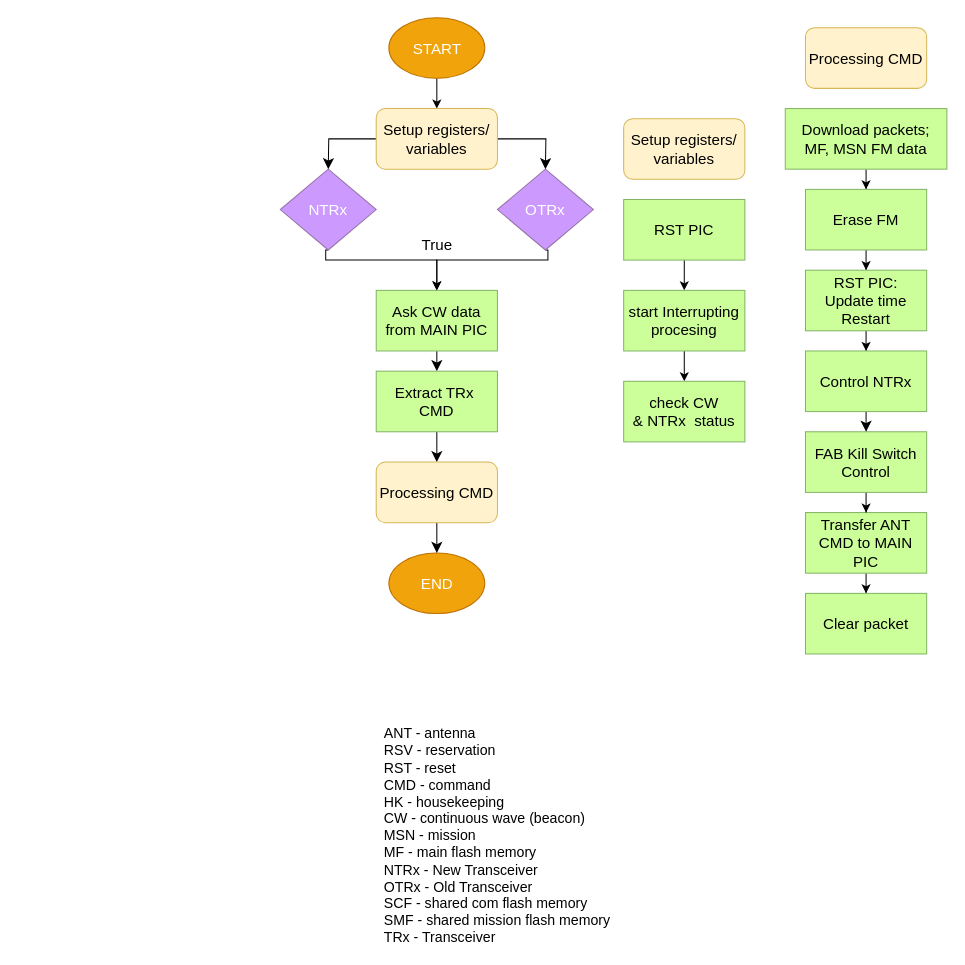
Earlier version of the draw.io diagram page "COM-PIC" (7 of 11) of Diagrams/operation_scenario.drawio (BIRDSOpenSource/BIRDSRP-OBC). Source tidied: cells renumbered, new cells numbered last; positions are measured from the earlier drawing's top-left corner, leaving out a move shared by most shapes. Both pictures are drawn from the tidied source at 101%, with x=0, y=0 at pixel (280, 17).
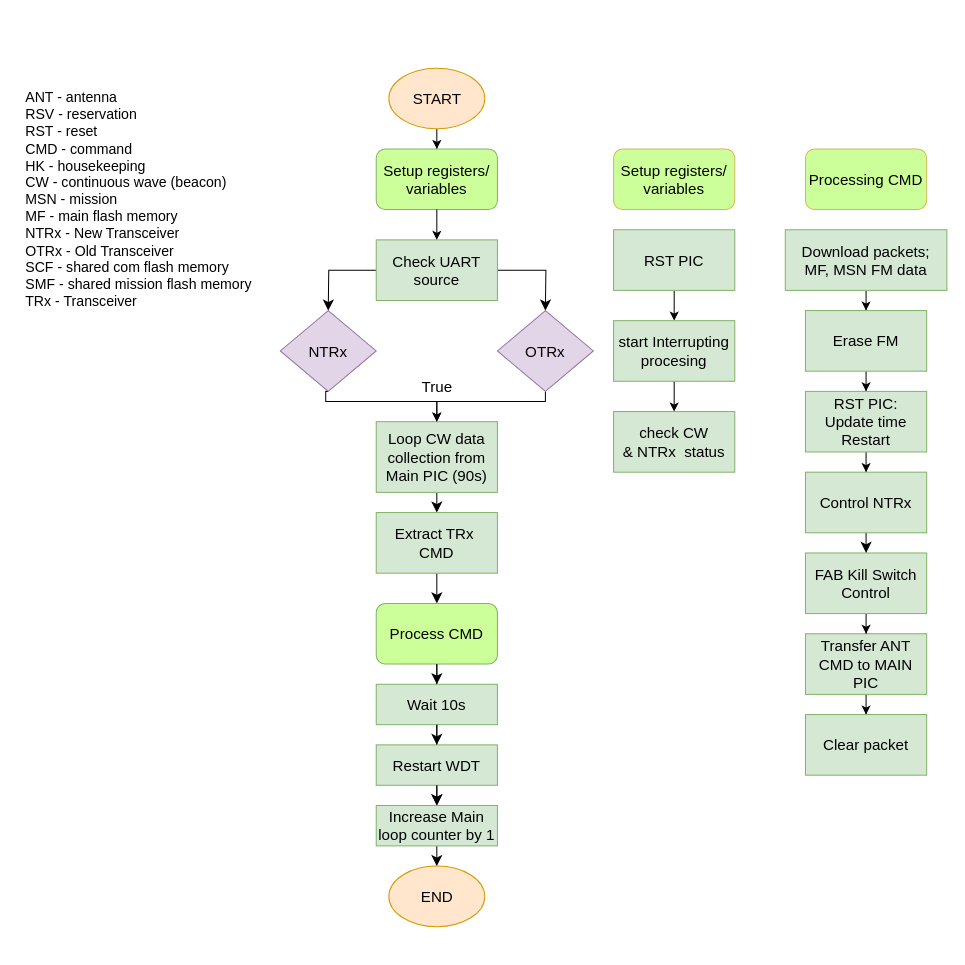
After the change.

Change to the diagram source:
```diff
@@
-    <mxCell id="3" value="START" style="ellipse;whiteSpace=wrap;html=1;fillColor=#f0a30a;strokeColor=#BD7000;fontColor=#FFFFFF;fontSize=15;" parent="1" vertex="1">
-      <mxGeometry x="107.5" width="95" height="60" as="geometry" />
+    <mxCell id="3" value="START" style="ellipse;whiteSpace=wrap;html=1;fillColor=#ffe6cc;strokeColor=#d79b00;fontSize=15;" parent="1" vertex="1">
+      <mxGeometry x="107.5" y="50" width="95" height="60" as="geometry" />
     </mxCell>
@@
-    <mxCell id="5" value="RST PIC" style="rounded=0;whiteSpace=wrap;html=1;fillColor=#CCFF99;strokeColor=#82b366;fontSize=15;" parent="1" vertex="1">
-      <mxGeometry x="340" y="180" width="120" height="60" as="geometry" />
+    <mxCell id="5" value="RST PIC" style="rounded=0;whiteSpace=wrap;html=1;fillColor=#d5e8d4;strokeColor=#82b366;fontSize=15;" parent="1" vertex="1">
+      <mxGeometry x="330" y="210" width="120" height="60" as="geometry" />
     </mxCell>
@@
-    <mxCell id="7" value="start Interrupting procesing" style="rounded=0;whiteSpace=wrap;html=1;fillColor=#CCFF99;strokeColor=#82b366;fontSize=15;" parent="1" vertex="1">
-      <mxGeometry x="340" y="270" width="120" height="60" as="geometry" />
+    <mxCell id="7" value="start Interrupting procesing" style="rounded=0;whiteSpace=wrap;html=1;fillColor=#d5e8d4;strokeColor=#82b366;fontSize=15;" parent="1" vertex="1">
+      <mxGeometry x="330" y="300" width="120" height="60" as="geometry" />
     </mxCell>
-    <mxCell id="8" value="check CW&lt;div style=&quot;font-size: 15px;&quot;&gt;&amp;amp; NTRx&amp;nbsp; status&lt;/div&gt;" style="rounded=0;whiteSpace=wrap;html=1;fillColor=#CCFF99;strokeColor=#82b366;fontSize=15;" parent="1" vertex="1">
-      <mxGeometry x="340" y="360" width="120" height="60" as="geometry" />
+    <mxCell id="8" value="check CW&lt;div style=&quot;font-size: 15px;&quot;&gt;&amp;amp; NTRx&amp;nbsp; status&lt;/div&gt;" style="rounded=0;whiteSpace=wrap;html=1;fillColor=#d5e8d4;strokeColor=#82b366;fontSize=15;" parent="1" vertex="1">
+      <mxGeometry x="330" y="390" width="120" height="60" as="geometry" />
     </mxCell>
@@
-    <mxCell id="10" value="Ask CW data from MAIN PIC" style="rounded=0;whiteSpace=wrap;html=1;fillColor=#CCFF99;strokeColor=#82b366;fontSize=15;" parent="1" vertex="1">
-      <mxGeometry x="95" y="270" width="120" height="60" as="geometry" />
+    <mxCell id="10" value="&lt;div&gt;Loop CW data collection from Main PIC (90s)&lt;/div&gt;" style="rounded=0;whiteSpace=wrap;html=1;fillColor=#d5e8d4;strokeColor=#82b366;fontSize=15;" parent="1" vertex="1">
+      <mxGeometry x="95" y="400" width="120" height="70" as="geometry" />
     </mxCell>
@@
-    <mxCell id="12" value="Extract TRx&amp;nbsp; CMD" style="rounded=0;whiteSpace=wrap;html=1;fillColor=#CCFF99;strokeColor=#82b366;fontSize=15;" parent="1" vertex="1">
-      <mxGeometry x="95" y="350" width="120" height="60" as="geometry" />
+    <mxCell id="12" value="Extract TRx&amp;nbsp; CMD" style="rounded=0;whiteSpace=wrap;html=1;fillColor=#d5e8d4;strokeColor=#82b366;fontSize=15;" parent="1" vertex="1">
+      <mxGeometry x="95" y="490" width="120" height="60" as="geometry" />
     </mxCell>
-    <mxCell id="13" style="edgeStyle=orthogonalEdgeStyle;rounded=0;jettySize=auto;html=1;entryX=0.5;entryY=0;entryDx=0;entryDy=0;exitX=0.5;exitY=1;exitDx=0;exitDy=0;fontSize=15;" parent="1" edge="1" source="14">
+    <mxCell id="13" style="edgeStyle=orthogonalEdgeStyle;rounded=0;jettySize=auto;html=1;entryX=0.5;entryY=0;entryDx=0;entryDy=0;exitX=0.5;exitY=1;exitDx=0;exitDy=0;fontSize=15;" parent="1" edge="1" source="14" target="10">
       <mxGeometry relative="1" as="geometry">
-        <mxPoint x="155" y="270" as="targetPoint" />
         <Array as="points">
-          <mxPoint x="45" y="230" />
-          <mxPoint x="45" y="240" />
-          <mxPoint x="155" y="240" />
+          <mxPoint x="45" y="370" />
+          <mxPoint x="45" y="380" />
+          <mxPoint x="155" y="380" />
         </Array>
       </mxGeometry>
     </mxCell>
-    <mxCell id="14" value="NTRx" style="rhombus;whiteSpace=wrap;html=1;fillColor=#CC99FF;strokeColor=#9673a6;fontColor=#FFFFFF;fontSize=15;" parent="1" vertex="1">
-      <mxGeometry y="150" width="95" height="80" as="geometry" />
+    <mxCell id="14" value="NTRx" style="rhombus;whiteSpace=wrap;html=1;fillColor=#e1d5e7;strokeColor=#9673a6;fontSize=15;" parent="1" vertex="1">
+      <mxGeometry y="290" width="95" height="80" as="geometry" />
     </mxCell>
-    <mxCell id="15" style="edgeStyle=orthogonalEdgeStyle;rounded=0;jettySize=auto;html=1;entryX=0.5;entryY=0;entryDx=0;entryDy=0;exitX=0.5;exitY=1;exitDx=0;exitDy=0;fontSize=15;" parent="1" edge="1" source="16">
+    <mxCell id="15" style="edgeStyle=orthogonalEdgeStyle;rounded=0;jettySize=auto;html=1;entryX=0.5;entryY=0;entryDx=0;entryDy=0;exitX=0.5;exitY=1;exitDx=0;exitDy=0;fontSize=15;" parent="1" edge="1" source="16" target="10">
       <mxGeometry relative="1" as="geometry">
-        <mxPoint x="155" y="270" as="targetPoint" />
         <Array as="points">
-          <mxPoint x="265" y="230" />
-          <mxPoint x="265" y="240" />
-          <mxPoint x="155" y="240" />
+          <mxPoint x="263" y="380" />
+          <mxPoint x="155" y="380" />
         </Array>
       </mxGeometry>
     </mxCell>
-    <mxCell id="16" value="OTRx" style="rhombus;whiteSpace=wrap;html=1;fillColor=#CC99FF;strokeColor=#9673a6;fontColor=#FFFFFF;fontSize=15;" parent="1" vertex="1">
-      <mxGeometry x="215" y="150" width="95" height="80" as="geometry" />
+    <mxCell id="16" value="OTRx" style="rhombus;whiteSpace=wrap;html=1;fillColor=#e1d5e7;strokeColor=#9673a6;fontSize=15;" parent="1" vertex="1">
+      <mxGeometry x="215" y="290" width="95" height="80" as="geometry" />
     </mxCell>
@@
-    <mxCell id="18" value="Download packets;&lt;div style=&quot;font-size: 15px;&quot;&gt;MF, MSN FM data&lt;/div&gt;" style="rounded=0;whiteSpace=wrap;html=1;fillColor=#CCFF99;strokeColor=#82b366;fontSize=15;" parent="1" vertex="1">
-      <mxGeometry x="500" y="90" width="160" height="60" as="geometry" />
+    <mxCell id="18" value="Download packets;&lt;div style=&quot;font-size: 15px;&quot;&gt;MF, MSN FM data&lt;/div&gt;" style="rounded=0;whiteSpace=wrap;html=1;fillColor=#d5e8d4;strokeColor=#82b366;fontSize=15;" parent="1" vertex="1">
+      <mxGeometry x="500" y="210" width="160" height="60" as="geometry" />
     </mxCell>
@@
-    <mxCell id="20" value="Erase FM" style="rounded=0;whiteSpace=wrap;html=1;fillColor=#CCFF99;strokeColor=#82b366;fontSize=15;" parent="1" vertex="1">
-      <mxGeometry x="520" y="170" width="120" height="60" as="geometry" />
+    <mxCell id="20" value="Erase FM" style="rounded=0;whiteSpace=wrap;html=1;fillColor=#d5e8d4;strokeColor=#82b366;fontSize=15;" parent="1" vertex="1">
+      <mxGeometry x="520" y="290" width="120" height="60" as="geometry" />
     </mxCell>
@@
-    <mxCell id="22" value="&lt;div style=&quot;font-size: 15px;&quot;&gt;RST PIC:&lt;/div&gt;Update time&lt;div style=&quot;font-size: 15px;&quot;&gt;Restart&lt;/div&gt;" style="rounded=0;whiteSpace=wrap;html=1;fillColor=#CCFF99;strokeColor=#82b366;fontSize=15;" parent="1" vertex="1">
-      <mxGeometry x="520" y="250" width="120" height="60" as="geometry" />
+    <mxCell id="22" value="&lt;div style=&quot;font-size: 15px;&quot;&gt;RST PIC:&lt;/div&gt;Update time&lt;div style=&quot;font-size: 15px;&quot;&gt;Restart&lt;/div&gt;" style="rounded=0;whiteSpace=wrap;html=1;fillColor=#d5e8d4;strokeColor=#82b366;fontSize=15;" parent="1" vertex="1">
+      <mxGeometry x="520" y="370" width="120" height="60" as="geometry" />
     </mxCell>
@@
-    <mxCell id="24" value="Transfer ANT CMD to MAIN PIC" style="rounded=0;whiteSpace=wrap;html=1;fillColor=#CCFF99;strokeColor=#82b366;fontSize=15;" parent="1" vertex="1">
-      <mxGeometry x="520" y="490" width="120" height="60" as="geometry" />
+    <mxCell id="24" value="Transfer ANT CMD to MAIN PIC" style="rounded=0;whiteSpace=wrap;html=1;fillColor=#d5e8d4;strokeColor=#82b366;fontSize=15;" parent="1" vertex="1">
+      <mxGeometry x="520" y="610" width="120" height="60" as="geometry" />
     </mxCell>
-    <mxCell id="25" value="Clear packet" style="rounded=0;whiteSpace=wrap;html=1;fillColor=#CCFF99;strokeColor=#82b366;fontSize=15;" parent="1" vertex="1">
-      <mxGeometry x="520" y="570" width="120" height="60" as="geometry" />
+    <mxCell id="25" value="Clear packet" style="rounded=0;whiteSpace=wrap;html=1;fillColor=#d5e8d4;strokeColor=#82b366;fontSize=15;" parent="1" vertex="1">
+      <mxGeometry x="520" y="690" width="120" height="60" as="geometry" />
     </mxCell>
-    <mxCell id="26" style="edgeStyle=none;curved=0;rounded=0;jettySize=auto;html=1;entryX=0.5;entryY=0;entryDx=0;entryDy=0;fontSize=15;startSize=8;endSize=8;" parent="1" edge="1" source="28" target="16">
+    <mxCell id="26" style="edgeStyle=none;curved=0;rounded=0;jettySize=auto;html=1;entryX=0.5;entryY=0;entryDx=0;entryDy=0;fontSize=15;startSize=8;endSize=8;exitX=1;exitY=0.5;exitDx=0;exitDy=0;" parent="1" edge="1" source="41" target="16">
       <mxGeometry relative="1" as="geometry">
         <Array as="points">
-          <mxPoint x="263" y="120" />
+          <mxPoint x="263" y="250" />
         </Array>
       </mxGeometry>
     </mxCell>
-    <mxCell id="27" style="edgeStyle=none;curved=0;rounded=0;jettySize=auto;html=1;entryX=0.5;entryY=0;entryDx=0;entryDy=0;fontSize=15;startSize=8;endSize=8;" parent="1" edge="1" source="28" target="14">
+    <mxCell id="27" style="edgeStyle=none;curved=0;rounded=0;jettySize=auto;html=1;entryX=0.5;entryY=0;entryDx=0;entryDy=0;fontSize=15;startSize=8;endSize=8;exitX=0;exitY=0.5;exitDx=0;exitDy=0;" parent="1" edge="1" source="41" target="14">
       <mxGeometry relative="1" as="geometry">
         <Array as="points">
-          <mxPoint x="48" y="120" />
+          <mxPoint x="48" y="250" />
         </Array>
       </mxGeometry>
     </mxCell>
-    <mxCell id="28" value="&lt;div style=&quot;font-size: 15px;&quot;&gt;Setup registers/ variables&lt;/div&gt;" style="rounded=1;whiteSpace=wrap;html=1;fillColor=#fff2cc;strokeColor=#d6b656;fontSize=15;" parent="1" vertex="1">
-      <mxGeometry x="95" y="90" width="120" height="60" as="geometry" />
+    <mxCell id="28" value="&lt;div style=&quot;font-size: 15px;&quot;&gt;Setup registers/ variables&lt;/div&gt;" style="rounded=1;whiteSpace=wrap;html=1;fillColor=#CCFF99;strokeColor=#82b366;fontSize=15;" parent="1" vertex="1">
+      <mxGeometry x="95" y="130" width="120" height="60" as="geometry" />
     </mxCell>
-    <mxCell id="29" value="Setup registers/ variables" style="rounded=1;whiteSpace=wrap;html=1;fillColor=#fff2cc;strokeColor=#d6b656;fontSize=15;" parent="1" vertex="1">
-      <mxGeometry x="340" y="100" width="120" height="60" as="geometry" />
+    <mxCell id="29" value="Setup registers/ variables" style="rounded=1;whiteSpace=wrap;html=1;fillColor=#CCFF99;strokeColor=#d6b656;fontSize=15;" parent="1" vertex="1">
+      <mxGeometry x="330" y="130" width="120" height="60" as="geometry" />
     </mxCell>
@@
-    <mxCell id="31" value="FAB Kill Switch Control" style="rounded=0;whiteSpace=wrap;html=1;fillColor=#CCFF99;strokeColor=#82b366;fontSize=15;" parent="1" vertex="1">
-      <mxGeometry x="520" y="410" width="120" height="60" as="geometry" />
+    <mxCell id="31" value="FAB Kill Switch Control" style="rounded=0;whiteSpace=wrap;html=1;fillColor=#d5e8d4;strokeColor=#82b366;fontSize=15;" parent="1" vertex="1">
+      <mxGeometry x="520" y="530" width="120" height="60" as="geometry" />
     </mxCell>
@@
-    <mxCell id="33" value="Control NTRx" style="rounded=0;whiteSpace=wrap;html=1;fillColor=#CCFF99;strokeColor=#82b366;fontSize=15;" parent="1" vertex="1">
-      <mxGeometry x="520" y="330" width="120" height="60" as="geometry" />
+    <mxCell id="33" value="Control NTRx" style="rounded=0;whiteSpace=wrap;html=1;fillColor=#d5e8d4;strokeColor=#82b366;fontSize=15;" parent="1" vertex="1">
+      <mxGeometry x="520" y="450" width="120" height="60" as="geometry" />
     </mxCell>
-    <mxCell id="34" value="END" style="ellipse;whiteSpace=wrap;html=1;fillColor=#f0a30a;strokeColor=#BD7000;fontColor=#FFFFFF;fontSize=15;" parent="1" vertex="1">
-      <mxGeometry x="107.5" y="530" width="95" height="60" as="geometry" />
+    <mxCell id="34" value="END" style="ellipse;whiteSpace=wrap;html=1;fillColor=#ffe6cc;strokeColor=#d79b00;fontSize=15;" parent="1" vertex="1">
+      <mxGeometry x="107.5" y="840" width="95" height="60" as="geometry" />
     </mxCell>
     <mxCell id="35" value="True" style="text;html=1;align=center;verticalAlign=middle;strokeColor=none;fillColor=none;fontSize=15;" parent="1" vertex="1">
-      <mxGeometry x="130" y="210" width="50" height="30" as="geometry" />
+      <mxGeometry x="130" y="350" width="50" height="30" as="geometry" />
     </mxCell>
     <mxCell id="36" value="&lt;span style=&quot;font-size: 14px;&quot; id=&quot;docs-internal-guid-7c496f7c-7fff-193c-a96d-638dd3c363c4&quot;&gt;&lt;p style=&quot;text-align: left; line-height: 1.2; margin-top: 0pt; margin-bottom: 0pt;&quot; dir=&quot;ltr&quot;&gt;&lt;span style=&quot;background-color: transparent; font-family: Arial, sans-serif; white-space-collapse: preserve;&quot;&gt;ANT - antenna&lt;/span&gt;&lt;/p&gt;&lt;p style=&quot;text-align: left; line-height: 1.2; margin-top: 0pt; margin-bottom: 0pt;&quot; dir=&quot;ltr&quot;&gt;&lt;span style=&quot;font-family: Arial, sans-serif; background-color: transparent; font-variant-numeric: normal; font-variant-east-asian: normal; font-variant-alternates: normal; font-variant-position: normal; vertical-align: baseline; white-space-collapse: preserve;&quot;&gt;RSV - reservation&lt;/span&gt;&lt;/p&gt;&lt;p style=&quot;text-align: left; line-height: 1.2; margin-top: 0pt; margin-bottom: 0pt;&quot; dir=&quot;ltr&quot;&gt;&lt;span style=&quot;font-family: Arial, sans-serif; background-color: transparent; font-variant-numeric: normal; font-variant-east-asian: normal; font-variant-alternates: normal; font-variant-position: normal; vertical-align: baseline; white-space-collapse: preserve;&quot;&gt;RST - reset&lt;/span&gt;&lt;/p&gt;&lt;p style=&quot;text-align: left; line-height: 1.2; margin-top: 0pt; margin-bottom: 0pt;&quot; dir=&quot;ltr&quot;&gt;&lt;span style=&quot;font-family: Arial, sans-serif; background-color: transparent; font-variant-numeric: normal; font-variant-east-asian: normal; font-variant-alternates: normal; font-variant-position: normal; vertical-align: baseline; white-space-collapse: preserve;&quot;&gt;CMD - command&lt;/span&gt;&lt;/p&gt;&lt;p style=&quot;text-align: left; line-height: 1.2; margin-top: 0pt; margin-bottom: 0pt;&quot; dir=&quot;ltr&quot;&gt;&lt;span style=&quot;font-family: Arial, sans-serif; background-color: transparent; font-variant-numeric: normal; font-variant-east-asian: normal; font-variant-alternates: normal; font-variant-position: normal; vertical-align: baseline; white-space-collapse: preserve;&quot;&gt;HK - housekeeping&lt;/span&gt;&lt;/p&gt;&lt;p style=&quot;text-align: left; line-height: 1.2; margin-top: 0pt; margin-bottom: 0pt;&quot; dir=&quot;ltr&quot;&gt;&lt;span style=&quot;font-family: Arial, sans-serif; background-color: transparent; font-variant-numeric: normal; font-variant-east-asian: normal; font-variant-alternates: normal; font-variant-position: normal; vertical-align: baseline; white-space-collapse: preserve;&quot;&gt;CW - continuous wave (beacon)&lt;/span&gt;&lt;/p&gt;&lt;p style=&quot;text-align: left; line-height: 1.2; margin-top: 0pt; margin-bottom: 0pt;&quot; dir=&quot;ltr&quot;&gt;&lt;span style=&quot;font-family: Arial, sans-serif; background-color: transparent; font-variant-numeric: normal; font-variant-east-asian: normal; font-variant-alternates: normal; font-variant-position: normal; vertical-align: baseline; white-space-collapse: preserve;&quot;&gt;MSN - mission&lt;/span&gt;&lt;/p&gt;&lt;p style=&quot;text-align: left; line-height: 1.2; margin-top: 0pt; margin-bottom: 0pt;&quot; dir=&quot;ltr&quot;&gt;&lt;span style=&quot;font-family: Arial, sans-serif; background-color: transparent; font-variant-numeric: normal; font-variant-east-asian: normal; font-variant-alternates: normal; font-variant-position: normal; vertical-align: baseline; white-space-collapse: preserve;&quot;&gt;MF - main flash memory&lt;/span&gt;&lt;/p&gt;&lt;p style=&quot;text-align: left; line-height: 1.2; margin-top: 0pt; margin-bottom: 0pt;&quot; dir=&quot;ltr&quot;&gt;&lt;font face=&quot;Arial, sans-serif&quot;&gt;&lt;span style=&quot;white-space-collapse: preserve;&quot;&gt;NTRx - New Transceiver&lt;/span&gt;&lt;/font&gt;&lt;/p&gt;&lt;p style=&quot;text-align: left; line-height: 1.2; margin-top: 0pt; margin-bottom: 0pt;&quot; dir=&quot;ltr&quot;&gt;&lt;span style=&quot;font-family: Arial, sans-serif; white-space-collapse: preserve;&quot;&gt;OTRx - Old Transceiver&lt;/span&gt;&lt;font face=&quot;Arial, sans-serif&quot;&gt;&lt;span style=&quot;white-space-collapse: preserve;&quot;&gt;&lt;/span&gt;&lt;/font&gt;&lt;/p&gt;&lt;p style=&quot;text-align: left; line-height: 1.2; margin-top: 0pt; margin-bottom: 0pt;&quot; dir=&quot;ltr&quot;&gt;&lt;span style=&quot;font-family: Arial, sans-serif; background-color: transparent; font-variant-numeric: normal; font-variant-east-asian: normal; font-variant-alternates: normal; font-variant-position: normal; vertical-align: baseline; white-space-collapse: preserve;&quot;&gt;SCF - shared com flash memory&lt;/span&gt;&lt;/p&gt;&lt;p style=&quot;text-align: left; line-height: 1.2; margin-top: 0pt; margin-bottom: 0pt;&quot; dir=&quot;ltr&quot;&gt;&lt;span style=&quot;font-family: Arial, sans-serif; background-color: transparent; font-variant-numeric: normal; font-variant-east-asian: normal; font-variant-alternates: normal; font-variant-position: normal; vertical-align: baseline; white-space-collapse: preserve;&quot;&gt;SMF - shared mission flash memory&lt;/span&gt;&lt;/p&gt;&lt;p style=&quot;text-align: left; line-height: 1.2; margin-top: 0pt; margin-bottom: 0pt;&quot; dir=&quot;ltr&quot;&gt;&lt;font face=&quot;Arial, sans-serif&quot;&gt;&lt;span style=&quot;white-space-collapse: preserve;&quot;&gt;TRx - Transceiver&lt;/span&gt;&lt;/font&gt;&lt;/p&gt;&lt;/span&gt;" style="rounded=0;whiteSpace=wrap;html=1;fillColor=none;strokeColor=none;" parent="1" vertex="1">
-      <mxGeometry x="95" y="700" width="240" height="220" as="geometry" />
+      <mxGeometry x="-260" y="70" width="240" height="220" as="geometry" />
     </mxCell>
-    <mxCell id="37" style="edgeStyle=none;curved=1;rounded=0;jettySize=auto;html=1;entryX=0.5;entryY=0;entryDx=0;entryDy=0;fontSize=15;startSize=8;endSize=8;" parent="1" edge="1" source="38" target="34">
+    <mxCell id="37" style="edgeStyle=none;curved=1;rounded=0;jettySize=auto;html=1;entryX=0.5;entryY=0;entryDx=0;entryDy=0;fontSize=15;startSize=8;endSize=8;exitX=0.5;exitY=1;exitDx=0;exitDy=0;" parent="1" edge="1" source="45" target="34">
       <mxGeometry relative="1" as="geometry" />
     </mxCell>
+    <mxCell id="40" style="edgeStyle=none;curved=1;rounded=0;jettySize=auto;html=1;fontSize=12;startSize=8;endSize=8;" parent="1" edge="1" source="38" target="45">
+      <mxGeometry relative="1" as="geometry" />
+    </mxCell>
-    <mxCell id="38" value="Processing CMD" style="rounded=1;whiteSpace=wrap;html=1;fillColor=#fff2cc;strokeColor=#d6b656;fontSize=15;" parent="1" vertex="1">
-      <mxGeometry x="95" y="440" width="120" height="60" as="geometry" />
+    <mxCell id="38" value="Process CMD" style="rounded=1;whiteSpace=wrap;html=1;fillColor=#CCFF99;strokeColor=#82b366;fontSize=15;" parent="1" vertex="1">
+      <mxGeometry x="95" y="580" width="120" height="60" as="geometry" />
     </mxCell>
-    <mxCell id="39" value="Processing CMD" style="rounded=1;whiteSpace=wrap;html=1;fillColor=#fff2cc;strokeColor=#d6b656;fontSize=15;" parent="1" vertex="1">
-      <mxGeometry x="520" y="10" width="120" height="60" as="geometry" />
+    <mxCell id="39" value="Processing CMD" style="rounded=1;whiteSpace=wrap;html=1;fillColor=#CCFF99;strokeColor=#d6b656;fontSize=15;" parent="1" vertex="1">
+      <mxGeometry x="520" y="130" width="120" height="60" as="geometry" />
     </mxCell>
+    <mxCell id="41" value="Check UART source" style="rounded=0;whiteSpace=wrap;html=1;fillColor=#d5e8d4;strokeColor=#82b366;fontSize=15;" parent="1" vertex="1">
+      <mxGeometry x="95" y="220" width="120" height="60" as="geometry" />
+    </mxCell>
+    <mxCell id="42" style="edgeStyle=orthogonalEdgeStyle;rounded=0;jettySize=auto;html=1;fontSize=15;exitX=0.5;exitY=1;exitDx=0;exitDy=0;entryX=0.5;entryY=0;entryDx=0;entryDy=0;" parent="1" edge="1" source="28" target="41">
+      <mxGeometry relative="1" as="geometry" />
+    </mxCell>
+    <mxCell id="43" value="Wait 10s" style="rounded=0;whiteSpace=wrap;html=1;fillColor=#d5e8d4;strokeColor=#82b366;fontSize=15;" parent="1" vertex="1">
+      <mxGeometry x="95" y="660" width="120" height="40" as="geometry" />
+    </mxCell>
+    <mxCell id="44" value="Restart WDT" style="rounded=0;whiteSpace=wrap;html=1;fillColor=#d5e8d4;strokeColor=#82b366;fontSize=15;" parent="1" vertex="1">
+      <mxGeometry x="95" y="720" width="120" height="40" as="geometry" />
+    </mxCell>
+    <mxCell id="45" value="&lt;div&gt;Increase Main loop counter by 1&lt;/div&gt;" style="rounded=0;whiteSpace=wrap;html=1;fillColor=#d5e8d4;strokeColor=#82b366;fontSize=15;" parent="1" vertex="1">
+      <mxGeometry x="95" y="780" width="120" height="40" as="geometry" />
+    </mxCell>
+    <mxCell id="46" style="edgeStyle=none;curved=1;rounded=0;jettySize=auto;html=1;entryX=0.5;entryY=0;entryDx=0;entryDy=0;fontSize=15;startSize=8;endSize=8;exitX=0.5;exitY=1;exitDx=0;exitDy=0;" parent="1" edge="1" source="44" target="45">
+      <mxGeometry relative="1" as="geometry" />
+    </mxCell>
+    <mxCell id="47" style="edgeStyle=none;curved=1;rounded=0;jettySize=auto;html=1;entryX=0.5;entryY=0;entryDx=0;entryDy=0;fontSize=15;startSize=8;endSize=8;exitX=0.5;exitY=1;exitDx=0;exitDy=0;" parent="1" edge="1" source="43" target="44">
+      <mxGeometry relative="1" as="geometry" />
+    </mxCell>
+    <mxCell id="48" style="edgeStyle=none;curved=1;rounded=0;jettySize=auto;html=1;entryX=0.5;entryY=0;entryDx=0;entryDy=0;fontSize=15;startSize=8;endSize=8;exitX=0.5;exitY=1;exitDx=0;exitDy=0;" parent="1" edge="1" source="38" target="43">
+      <mxGeometry relative="1" as="geometry" />
+    </mxCell>
```
